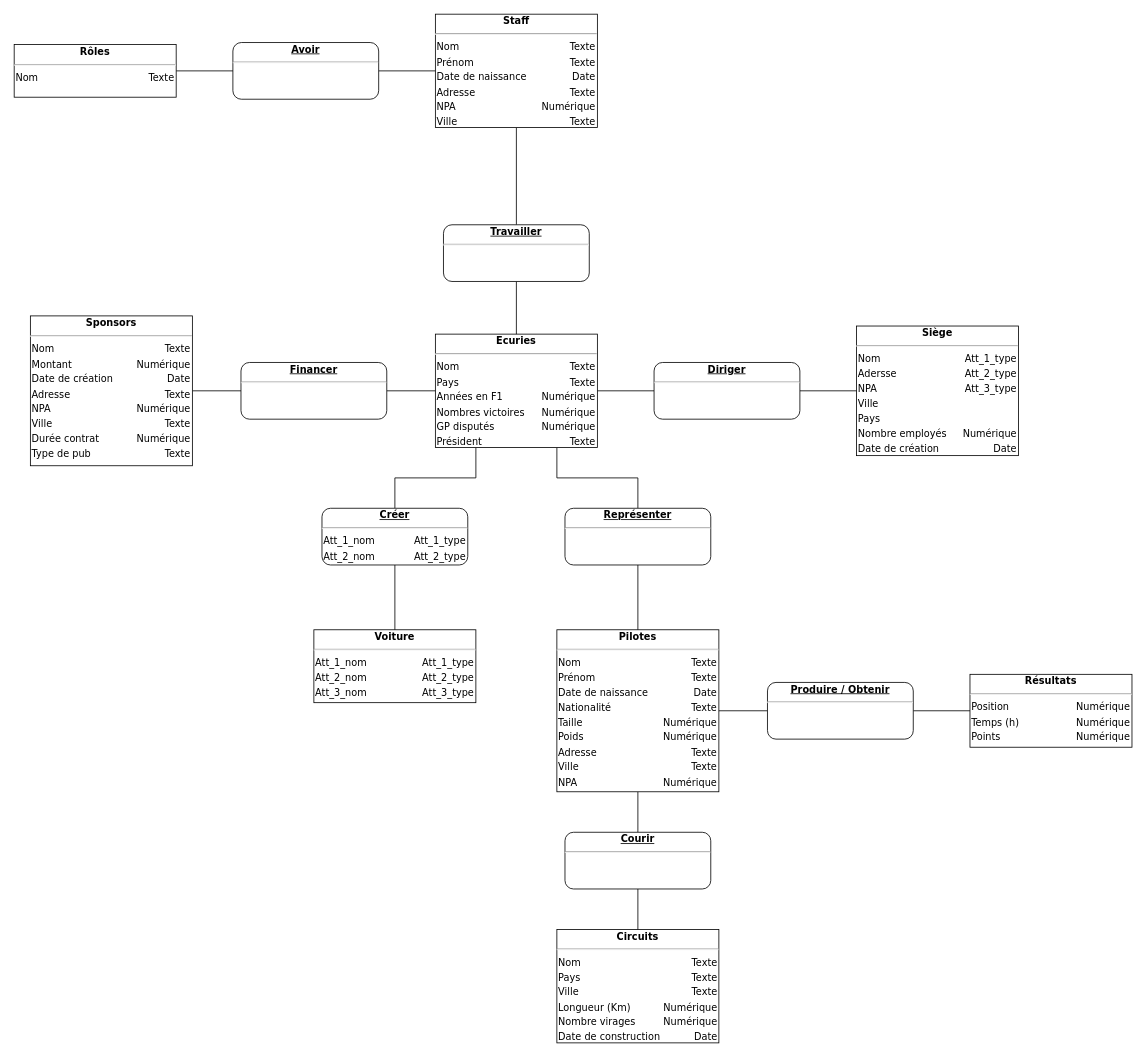
Before: MCDF1.drawio in YFanha/MA-08-Mod-le-F1, a draw.io diagram. Source tidied: cells renumbered, new cells numbered last; positions are measured from the earlier drawing's top-left corner, leaving out a move shared by most shapes. Both pictures are drawn from the tidied source at 81%, with x=0, y=0 at pixel (14, 14).
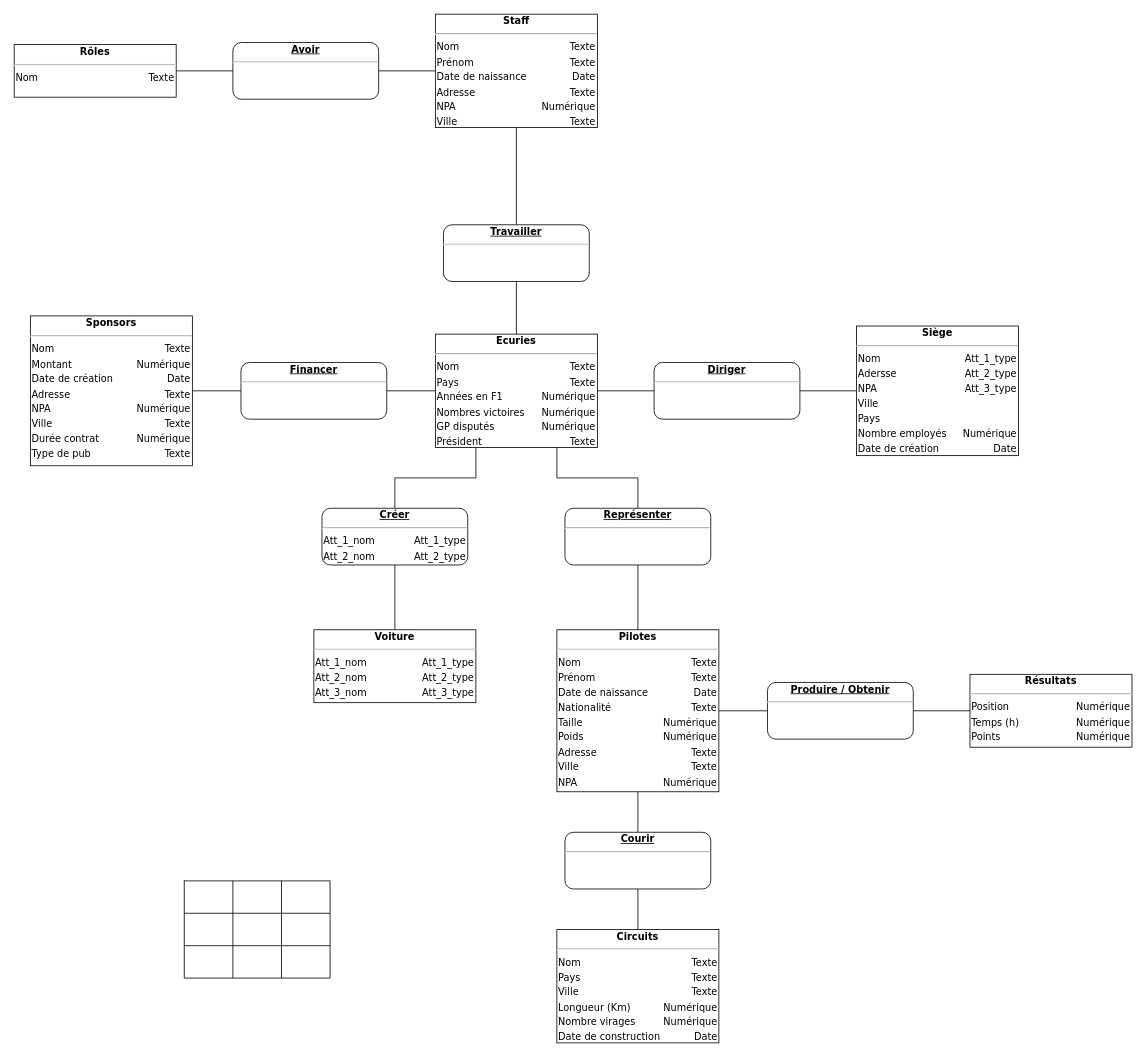
The same page after the edit.

Diff of the diagram source:
```diff
@@
+    <mxCell id="35" style="shape=table;html=1;whiteSpace=wrap;startSize=0;childLayout=tableLayout;" parent="1" vertex="1">
+      <mxGeometry x="210" y="1070" width="180" height="120" as="geometry" />
+    </mxCell>
+    <mxCell id="36" style="shape=partialRectangle;html=1;whiteSpace=wrap;fillColor=none;top=0;left=0;bottom=0;right=0;" parent="35" vertex="1">
+      <mxGeometry width="180" height="40" as="geometry" />
+    </mxCell>
+    <mxCell id="37" style="shape=partialRectangle;html=1;whiteSpace=wrap;fillColor=none;top=0;left=0;bottom=0;right=0;overflow=hidden;" parent="36" vertex="1">
+      <mxGeometry width="60" height="40" as="geometry" />
+    </mxCell>
+    <mxCell id="38" style="shape=partialRectangle;html=1;whiteSpace=wrap;fillColor=none;top=0;left=0;bottom=0;right=0;overflow=hidden;" parent="36" vertex="1">
+      <mxGeometry x="60" width="60" height="40" as="geometry" />
+    </mxCell>
+    <mxCell id="39" style="shape=partialRectangle;html=1;whiteSpace=wrap;fillColor=none;top=0;left=0;bottom=0;right=0;overflow=hidden;" parent="36" vertex="1">
+      <mxGeometry x="120" width="60" height="40" as="geometry" />
+    </mxCell>
+    <mxCell id="40" style="shape=partialRectangle;html=1;whiteSpace=wrap;fillColor=none;top=0;left=0;bottom=0;right=0;" parent="35" vertex="1">
+      <mxGeometry y="40" width="180" height="40" as="geometry" />
+    </mxCell>
+    <mxCell id="41" style="shape=partialRectangle;html=1;whiteSpace=wrap;fillColor=none;top=0;left=0;bottom=0;right=0;overflow=hidden;" parent="40" vertex="1">
+      <mxGeometry width="60" height="40" as="geometry" />
+    </mxCell>
+    <mxCell id="42" style="shape=partialRectangle;html=1;whiteSpace=wrap;fillColor=none;top=0;left=0;bottom=0;right=0;overflow=hidden;" parent="40" vertex="1">
+      <mxGeometry x="60" width="60" height="40" as="geometry" />
+    </mxCell>
+    <mxCell id="43" style="shape=partialRectangle;html=1;whiteSpace=wrap;fillColor=none;top=0;left=0;bottom=0;right=0;overflow=hidden;" parent="40" vertex="1">
+      <mxGeometry x="120" width="60" height="40" as="geometry" />
+    </mxCell>
+    <mxCell id="44" style="shape=partialRectangle;html=1;whiteSpace=wrap;fillColor=none;top=0;left=0;bottom=0;right=0;" parent="35" vertex="1">
+      <mxGeometry y="80" width="180" height="40" as="geometry" />
+    </mxCell>
+    <mxCell id="45" style="shape=partialRectangle;html=1;whiteSpace=wrap;fillColor=none;top=0;left=0;bottom=0;right=0;overflow=hidden;" parent="44" vertex="1">
+      <mxGeometry width="60" height="40" as="geometry" />
+    </mxCell>
+    <mxCell id="46" style="shape=partialRectangle;html=1;whiteSpace=wrap;fillColor=none;top=0;left=0;bottom=0;right=0;overflow=hidden;" parent="44" vertex="1">
+      <mxGeometry x="60" width="60" height="40" as="geometry" />
+    </mxCell>
+    <mxCell id="47" style="shape=partialRectangle;html=1;whiteSpace=wrap;fillColor=none;top=0;left=0;bottom=0;right=0;overflow=hidden;" parent="44" vertex="1">
+      <mxGeometry x="120" width="60" height="40" as="geometry" />
+    </mxCell>
```
